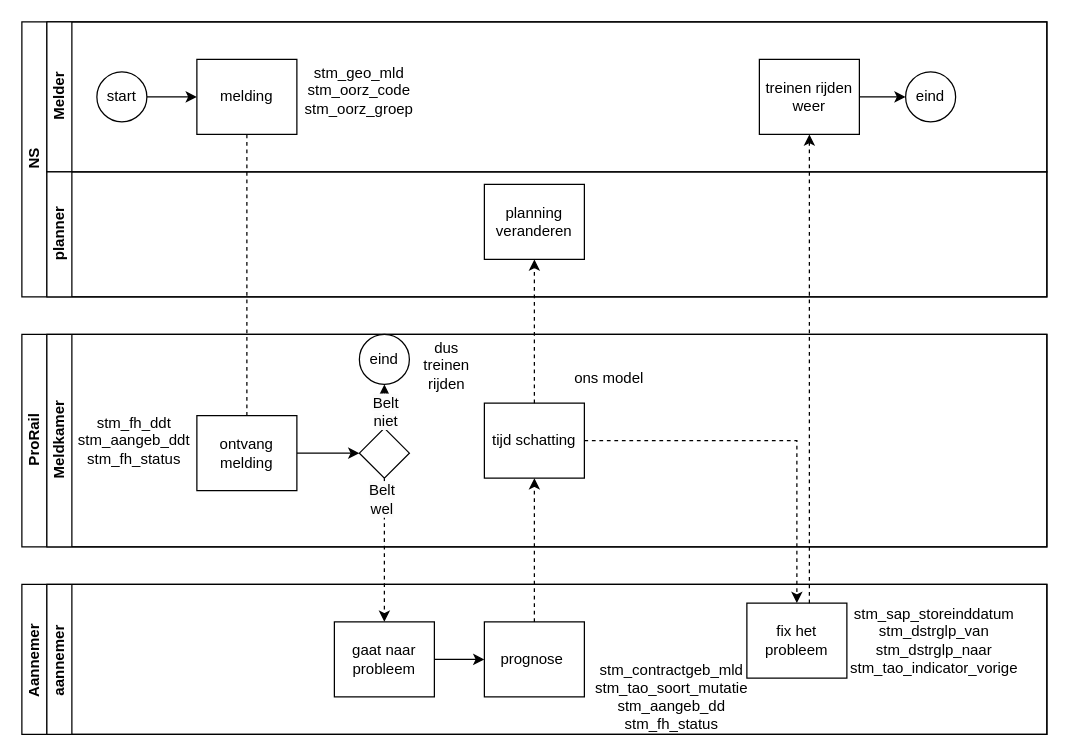
Above: BPMN.drawio in MightyPiggie/data-driven-bussines-ai-2024 (draw.io), before the change. Source tidied: cells renumbered, new cells numbered last; positions are measured from the earlier drawing's top-left corner, leaving out a move shared by most shapes. Both pictures are drawn from the tidied source at 125%, with x=0, y=0 at pixel (21, 21).
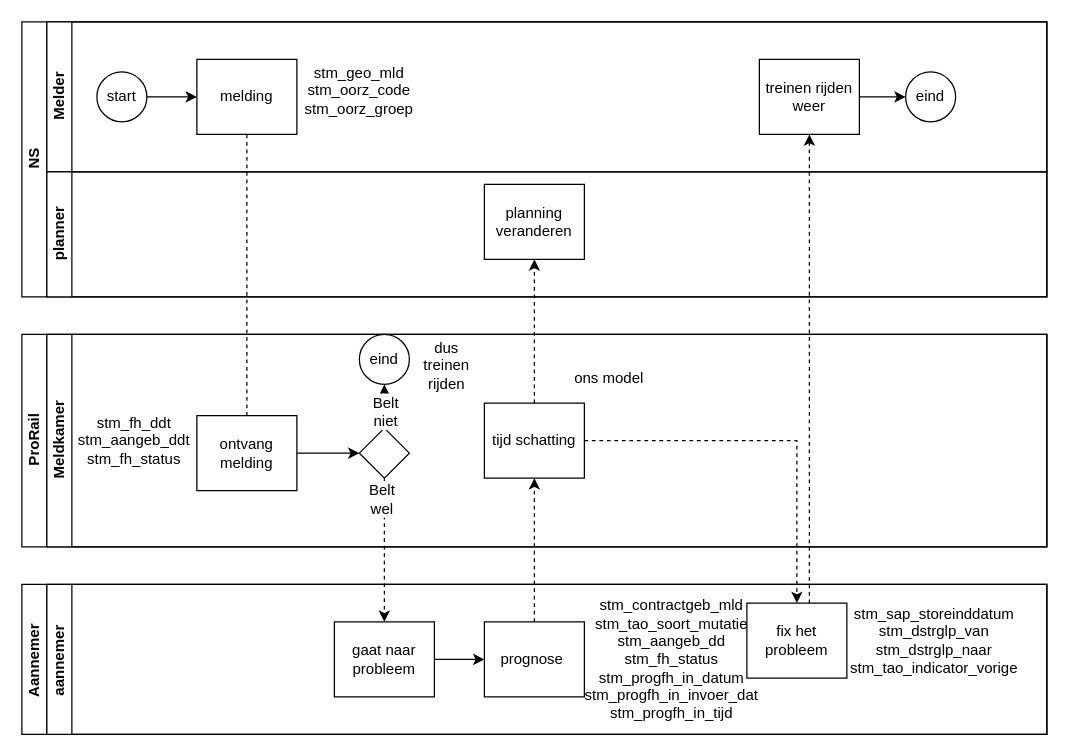
The same page after the edit.

Commit message:
BPMN.drawio info bijgewerkt

The change refers to these unchanged cells:
```xml
<mxCell id="25" value="aannemer&amp;nbsp;" style="swimlane;startSize=20;horizontal=0;html=1;" parent="24" vertex="1">
  <mxGeometry x="20" width="800" height="120" as="geometry" />
</mxCell>
```

The edit, as a diff of the source:
```diff
@@
-    <mxCell id="30" value="&lt;div&gt;stm_contractgeb_mld&lt;/div&gt;&lt;div&gt;stm_tao_soort_mutatie&lt;/div&gt;&lt;div&gt;stm_aangeb_dd&lt;/div&gt;&lt;div&gt;stm_fh_status&lt;/div&gt;" style="text;html=1;align=center;verticalAlign=middle;whiteSpace=wrap;rounded=0;" parent="25" vertex="1">
-      <mxGeometry x="470" y="75" width="60" height="30" as="geometry" />
+    <mxCell id="30" value="&lt;div&gt;stm_contractgeb_mld&lt;/div&gt;&lt;div&gt;stm_tao_soort_mutatie&lt;/div&gt;&lt;div&gt;stm_aangeb_dd&lt;/div&gt;&lt;div&gt;stm_fh_status&lt;/div&gt;&lt;div&gt;stm_progfh_in_datum&lt;br&gt;&lt;/div&gt;&lt;div&gt;stm_progfh_in_invoer_dat&lt;br&gt;&lt;/div&gt;&lt;div&gt;stm_progfh_in_tijd&lt;/div&gt;" style="text;html=1;align=center;verticalAlign=middle;whiteSpace=wrap;rounded=0;" parent="25" vertex="1">
+      <mxGeometry x="470" y="45" width="60" height="30" as="geometry" />
     </mxCell>
```
